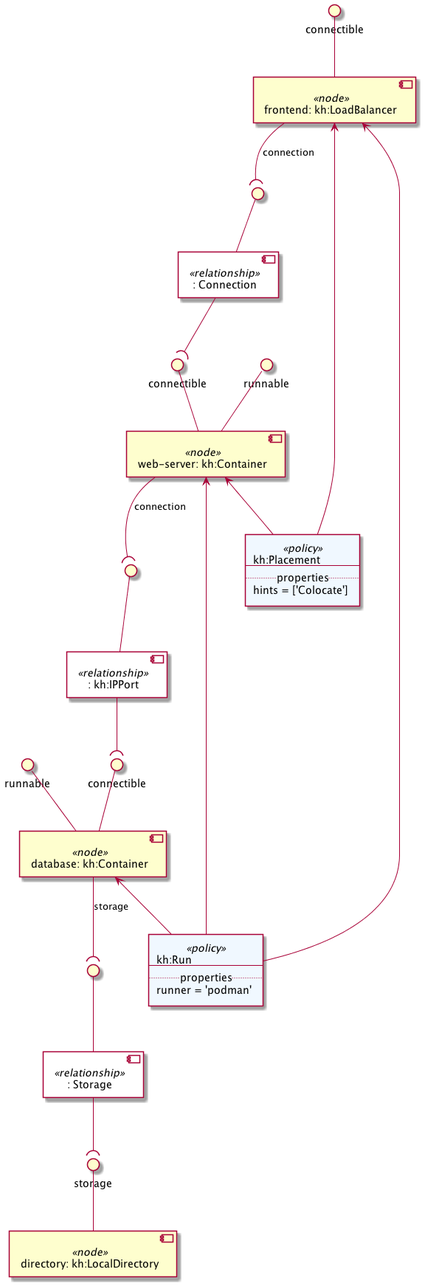
Above: examples/Khutulun/diagrams/uml2/Khutulun Hello World Example-uml2-component-diagram2.png in Orange-OpenSource/Cloudnet-TOSCA-toolbox (PlantUML), before the change. The source it was exported from:
```plantuml
@startuml
skinparam componentStyle uml2
skinparam component {
  backgroundColor<<relationship>> White
}

component "frontend: kh:LoadBalancer" <<node>> as node_frontend
interface "connectible" as node_frontend_connectible
node_frontend_connectible -- node_frontend
component ": Connection" <<relationship>> as node_frontend_connection_relationship0
interface " " as node_frontend_connection_relationship0_source
node_frontend_connection_relationship0_source -- node_frontend_connection_relationship0
node_frontend --( node_frontend_connection_relationship0_source : connection

component "web-server: kh:Container" <<node>> as node_web_server
interface "connectible" as node_web_server_connectible
node_web_server_connectible -- node_web_server
interface "runnable" as node_web_server_runnable
node_web_server_runnable -- node_web_server
component ": kh:IPPort" <<relationship>> as node_web_server_connection_relationship0
interface " " as node_web_server_connection_relationship0_source
node_web_server_connection_relationship0_source -- node_web_server_connection_relationship0
node_web_server --( node_web_server_connection_relationship0_source : connection

component "database: kh:Container" <<node>> as node_database
interface "connectible" as node_database_connectible
node_database_connectible -- node_database
interface "runnable" as node_database_runnable
node_database_runnable -- node_database
component ": Storage" <<relationship>> as node_database_storage_relationship0
interface " " as node_database_storage_relationship0_source
node_database_storage_relationship0_source -- node_database_storage_relationship0
node_database --( node_database_storage_relationship0_source : storage

component "directory: kh:LocalDirectory" <<node>> as node_directory
interface "storage" as node_directory_storage
node_directory_storage -- node_directory

node_frontend_connection_relationship0 --( node_web_server_connectible
node_web_server_connection_relationship0 --( node_database_connectible
node_database_storage_relationship0 --( node_directory_storage
agent policy_podman <<policy>> #AliceBlue [
kh:Run
---
.. properties ..
runner = 'podman'
]
policy_podman -up-> node_frontend
policy_podman -up-> node_web_server
policy_podman -up-> node_database
agent policy_colocate <<policy>> #AliceBlue [
kh:Placement
---
.. properties ..
hints = ['Colocate']
]
policy_colocate -up-> node_frontend
policy_colocate -up-> node_web_server
@enduml
```
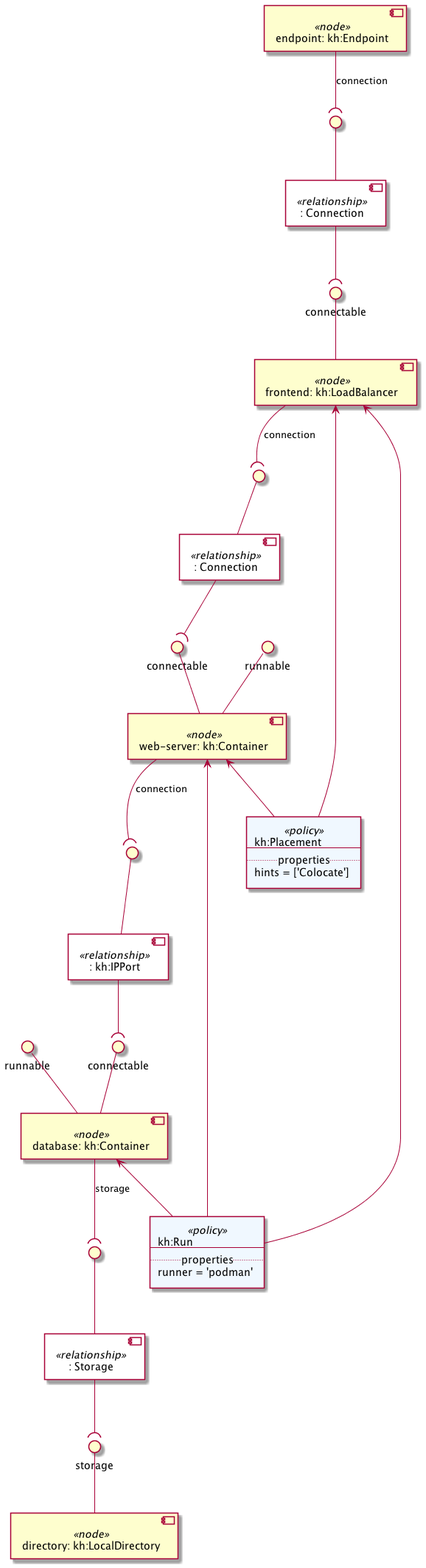
Above is the later version.

The edit, as a diff of the source:
```diff
@@ -4,17 +4,23 @@
   backgroundColor<<relationship>> White
 }
 
+component "endpoint: kh:Endpoint" <<node>> as node_endpoint
+component ": Connection" <<relationship>> as node_endpoint_connection_relationship0
+interface " " as node_endpoint_connection_relationship0_source
+node_endpoint_connection_relationship0_source -- node_endpoint_connection_relationship0
+node_endpoint --( node_endpoint_connection_relationship0_source : connection
+
 component "frontend: kh:LoadBalancer" <<node>> as node_frontend
-interface "connectible" as node_frontend_connectible
-node_frontend_connectible -- node_frontend
+interface "connectable" as node_frontend_connectable
+node_frontend_connectable -- node_frontend
 component ": Connection" <<relationship>> as node_frontend_connection_relationship0
 interface " " as node_frontend_connection_relationship0_source
 node_frontend_connection_relationship0_source -- node_frontend_connection_relationship0
 node_frontend --( node_frontend_connection_relationship0_source : connection
 
 component "web-server: kh:Container" <<node>> as node_web_server
-interface "connectible" as node_web_server_connectible
-node_web_server_connectible -- node_web_server
+interface "connectable" as node_web_server_connectable
+node_web_server_connectable -- node_web_server
 interface "runnable" as node_web_server_runnable
 node_web_server_runnable -- node_web_server
 component ": kh:IPPort" <<relationship>> as node_web_server_connection_relationship0
@@ -23,8 +29,8 @@
 node_web_server --( node_web_server_connection_relationship0_source : connection
 
 component "database: kh:Container" <<node>> as node_database
-interface "connectible" as node_database_connectible
-node_database_connectible -- node_database
+interface "connectable" as node_database_connectable
+node_database_connectable -- node_database
 interface "runnable" as node_database_runnable
 node_database_runnable -- node_database
 component ": Storage" <<relationship>> as node_database_storage_relationship0
@@ -36,8 +42,9 @@
 interface "storage" as node_directory_storage
 node_directory_storage -- node_directory
 
-node_frontend_connection_relationship0 --( node_web_server_connectible
-node_web_server_connection_relationship0 --( node_database_connectible
+node_endpoint_connection_relationship0 --( node_frontend_connectable
+node_frontend_connection_relationship0 --( node_web_server_connectable
+node_web_server_connection_relationship0 --( node_database_connectable
 node_database_storage_relationship0 --( node_directory_storage
 agent policy_podman <<policy>> #AliceBlue [
 kh:Run
```
